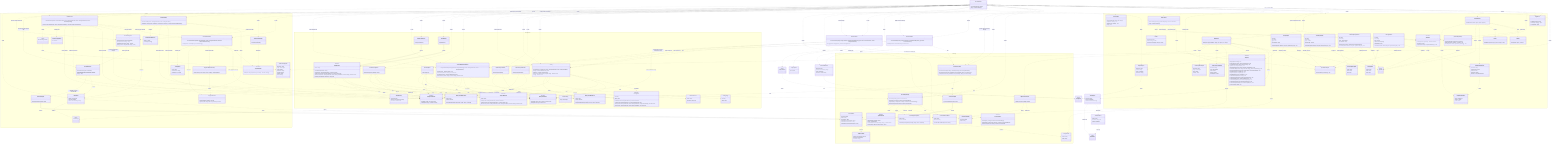
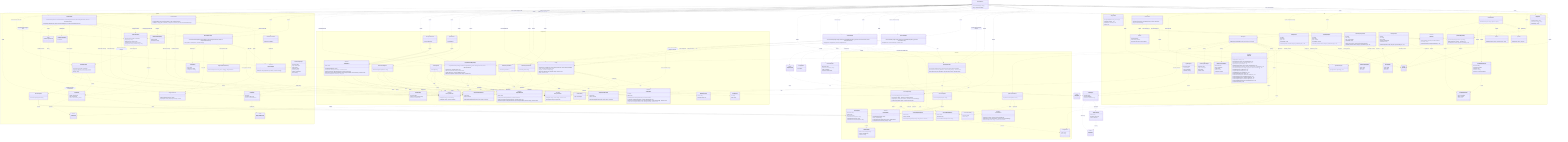
classDiagram
  direction TB

  class LicenseWizard {
    +LicenseWizard(args: string[])
    +run() Promise~Answer[]~
  }

  class LicenseInstaller {
    +LicenseInstaller(config: Config, manifests: ProjectManifestRepository, generator: LicenseGenerator)
    +install(selection: LicenseSelection) Promise~void~
  }

  class LicenseVerifier {
    +LicenseVerifier(config: Config, manifests: ProjectManifestRepository, generator: LicenseGenerator, reader: IFileSystemReader)
    +verify(options: VerifyOptions) Promise~VerifyOutcome~
  }

  class LicenseSelection {
    +licenseId: string
    +tokens: Record~string, string~
    +save: ConfigSave
    +headers?: HeaderConfig
  }

  class ConfigSave {
    <<union>>
  }

  class VerifyOptions {
    +fix: boolean
  }

  class VerifyOutcome {
    <<union>>
  }

  class VerifyReport {
    +licenseId: string
    +license: DriftStatus
    +manifests: ManifestCheck[]
  }

  class ManifestCheck {
    +name: string
    +declared: string | null
    +status: DriftStatus
  }

  class DriftStatus {
    <<union>>
  }

  namespace CLI {
    class FlagParser {
      +FlagParser(flags: object)
      +parse(args: string[]) object
      +formatHelp() string
    }

    class Orchestrator {
      +Orchestrator(repository: QuestionRepository, renderer: IRenderer)
      +run() Promise~Answer[]~
    }

    class IRenderer {
      <<interface>>
      +render(question: Question) Promise~Answer~
      +onCancel() string
      +complete(summary: CompletionSummary) void
    }

    class CompletionSummary {
      +licenseId: string
      +customized: boolean
      +savedTo: string
      +manifests: string[]
      +headers?: CompletionHeaders
    }

    class CompletionHeaders {
      +style: HeaderStyle
      +written: number
      +total: number
    }

    class ProgressBar {
      +ProgressBar(label: string, out?: object)
      +start(total: number) void
      +update(done: number) void
      +stop() void
    }

    class ClackRenderer {
      +ClackRenderer(meta: object, spinner: Spinner)
    }

    class IReporter {
      <<interface>>
      +usage(options: string) void
      +tokens(licenseId: string, slots: TemplateSlot[]) void
      +generated(licenseId: string, savedTo: string) void
      +dryRun(report: DryRunReport) void
      +missingFields(licenseId: string, missing: TemplateSlot[]) void
      +unknownFields(licenseId: string, unknown: string[], slots: TemplateSlot[]) void
      +licenseNotFound(licenseId: string, suggestions: LicenseIndexEntry[]) void
      +verifyMatch(report: VerifyReport) void
      +verifyFixed(report: VerifyReport) void
      +verifyMismatch(report: VerifyReport) void
      +headersNoFiles(licenseId: string) void
      +headersGenerated(report: HeaderGenerateReport) void
      +headersDryRun(report: HeaderDryRunReport) void
      +headersVerifyMatch(report: HeaderVerifyReport) void
      +headersVerifyFixed(report: HeaderVerifyReport) void
      +headersVerifyMismatch(report: HeaderVerifyReport) void
      +error(message: string) void
    }

    class HeaderGenerateReport {
      +licenseId: string
      +style: HeaderStyle
      +total: number
      +written: number
      +unchanged: number
    }

    class HeaderDryRunReport {
      +licenseId: string
      +style: HeaderStyle
      +files: string[]
      +sample: string
    }

    class DryRunReport {
      +licenseId: string
      +content: string
      +save: ConfigSave
      +manifests: string[]
    }

    class CliReporter {
      +CliReporter(programName: string, out?: object, err?: object)
    }

    class Banner {
      +buildBanner(meta: object, options: object) string
    }

    class Spinner {
      +start(handle: object) Function
    }

    class QuestionRepository {
      +QuestionRepository(questions: Question[])
      +getByIndex(index: number) Question | null
      +insertAt(index: number, questions: Question[]) void
    }

    class QuestionLifecycle {
      +inject(questions: Question[]) void
    }

    class Question {
      <<union>>
    }

    class TextQuestion {
      +id: string
      +text: string
      +type: "text"
      +defaultValue: string
      +onAnswer(answer: Answer, lifecycle: QuestionLifecycle) void
    }

    class ConfirmQuestion {
      +id: string
      +text: string
      +type: "confirm"
      +defaultValue: boolean
      +onAnswer(answer: Answer, lifecycle: QuestionLifecycle) void
    }

    class AutocompleteQuestion {
      +id: string
      +text: string
      +type: "autocomplete"
      +defaultValue: string
      +search(query: string) Promise~AutocompleteOption[]~
      +onAnswer(answer: Answer, lifecycle: QuestionLifecycle) void
    }

    class AutocompleteOption {
      +value: string
      +label: string
      +hint: string
    }

    class SelectQuestion {
      +id: string
      +text: string
      +type: "select"
      +options: SelectOption[]
      +defaultValue: string
      +onAnswer(answer: Answer, lifecycle: QuestionLifecycle) void
    }

    class SelectOption {
      +value: string
      +label: string
      +hint: string
    }

    class Answer {
      +questionId: string
      +value: string | boolean
      +fields: Record~string, string | boolean~
    }
  }

  namespace Licensing {
    class LicenseRepository {
      +LicenseRepository(source: ILicenseSource)
      +search(query: string) Promise~LicenseIndexEntry[]~
      +suggest(query: string, limit: number) Promise~LicenseIndexEntry[]~
      +getLicense(licenseId: string) Promise~LicenseDetail~
    }

    class LicenseRepositoryError {
      +name: string
      +cause: unknown
      +LicenseRepositoryError(message: string, cause?: unknown)
    }

    class LicenseNotFoundError {
      +name: string
      +licenseId: string
      +LicenseNotFoundError(licenseId: string)
    }

    class ILicenseSource {
      <<interface>>
      +search(query: string) Promise~LicenseIndexEntry[]~
      +suggest(query: string, limit: number) Promise~LicenseIndexEntry[]~
      +fetchLicense(licenseId: string) Promise~LicenseDetail~
    }

    class SpdxLicenseSource {
      +SpdxLicenseSource(ttlMs: number)
    }

    class LicenseIndexEntry {
      +licenseId: string
      +name: string
    }

    class LicenseDetail {
      +licenseId: string
      +name: string
      +licenseText: string
      +standardLicenseTemplate?: string
      +standardLicenseHeader?: string
      +standardLicenseHeaderTemplate?: string
    }

    class SpdxTemplate {
      <<abstract>>
      +SpdxTemplate(template: string)
      +slots() TemplateSlot[]
      +resolveSlots(entries: Map~string, string~) SlotResolution
      +render(values: Record~string, string~) string
    }

    class LicenseTemplate {
      +LicenseTemplate(template: string)
    }

    class TemplateSlot {
      +token: string
      +label: string
    }

    class SlotResolution {
      +values: Record~string, string~
      +missing: TemplateSlot[]
      +unknown: string[]
    }

    class LicenseGenerator {
      +LicenseGenerator(repository: LicenseRepository, writer: IFileSystemWriter)
      +generate(licenseId: string, slotValues?: Record~string, string~) Promise~void~
      +render(licenseId: string, slotValues?: Record~string, string~) Promise~string~
    }
  }

  namespace Configuration {
    class IFileSystemReader {
      <<interface>>
      +read(path: string) Promise~string~
      +exists(path: string) Promise~boolean~
    }

    class IFileSystemWriter {
      <<interface>>
      +write(path: string, content: string) Promise~void~
      +delete(path: string) Promise~void~
    }

    class NodeFileSystemReader {
      +NodeFileSystemReader()
    }

    class NodeFileSystemWriter {
      +NodeFileSystemWriter()
    }

    class FileSystemReaderError {
      +name: string
      +cause: unknown
      +FileSystemReaderError(message: string, cause?: unknown)
    }

    class FileSystemWriterError {
      +name: string
      +cause: unknown
      +FileSystemWriterError(message: string, cause?: unknown)
    }

    class WizardConfig {
      +licenseId: string
      +tokens?: Record~string, string~
      +headers?: HeaderConfig
    }

    class HeaderConfig {
      +style: HeaderStyle
    }

    class ConfigTarget {
      +id: string
      +label: string
    }

    class IConfigStore {
      <<interface>>
      +id: string
      +label: string
      +available(reader: IFileSystemReader) Promise~boolean~
      +read(reader: IFileSystemReader) Promise~WizardConfig | null~
      +write(reader: IFileSystemReader, writer: IFileSystemWriter, config: WizardConfig) Promise~void~
      +clear(reader: IFileSystemReader, writer: IFileSystemWriter) Promise~void~
    }

    class RcConfigStore {
      +RcConfigStore()
    }

    class ManifestConfigStore {
      +ManifestConfigStore(fileName: string)
    }

    class Config {
      +Config(stores: IConfigStore[], reader: IFileSystemReader, writer: IFileSystemWriter)
      +read() Promise~WizardConfig | null~
      +targets() Promise~ConfigTarget[]~
      +write(config: WizardConfig, targetId: string) Promise~void~
      +clear() Promise~void~
    }

    class IProjectManifest {
      <<interface>>
      +name: string
      +exists(reader: IFileSystemReader) Promise~boolean~
      +readLicense(reader: IFileSystemReader) Promise~string | null~
      +writeLicense(reader: IFileSystemReader, writer: IFileSystemWriter, licenseId: string) Promise~void~
    }

    class JsonManifest {
      <<abstract>>
      +JsonManifest(fileName: string)
      +name: string
      +exists(reader: IFileSystemReader) Promise~boolean~
      +readLicense(reader: IFileSystemReader) Promise~string | null~
      +writeLicense(reader: IFileSystemReader, writer: IFileSystemWriter, licenseId: string) Promise~void~
      #extractLicenseId(value: unknown)* string | null
    }

    class NpmManifest {
      +NpmManifest()
    }

    class ComposerManifest {
      +ComposerManifest()
    }

    class ProjectManifestRepository {
      +ProjectManifestRepository(manifests: IProjectManifest[], reader: IFileSystemReader, writer: IFileSystemWriter)
      +readLicense() Promise~string | null~
      +writeLicense(licenseId: string) Promise~void~
      +declaredLicenses() Promise~ManifestLicense[]~
      +writeLicenseTo(name: string, licenseId: string) Promise~void~
    }

    class ManifestLicense {
      +name: string
      +licenseId: string | null
    }
  }

  namespace Headers {
    class HeaderPlan {
      +detail: LicenseDetail
      +style: HeaderStyle
      +tokens: Record~string, string~
    }

    class HeaderStyle {
      <<union>>
    }

    class HeaderRenderer {
      +HeaderRenderer(plan: HeaderPlan)
      +supportsFull(detail: LicenseDetail)$ boolean
      +body() string
    }

    class HeaderTemplate {
      +HeaderTemplate(template: string)
    }

    class HeaderComposer {
      +HeaderComposer(plan: HeaderPlan)
+       +fingerprint() string
      +block(extension: string) string
      +hasManaged(content: string) boolean
      +apply(content: string, filePath: string) string
    }

    class SourceFileScanner {
      +SourceFileScanner(walker: IFileTreeWalker, reader: IFileSystemReader, matchers?: GitignoreMatcherFactory)
      +scan(options?: ScanOptions) Promise~string[]~
    }

    class ScanOptions {
      +root?: string
      +extensions?: string[]
      +extraIgnores?: string[]
    }

    class GitignoreMatcher {
      +GitignoreMatcher(patterns: string[])
      +ignores(path: string, isDirectory: boolean) boolean
    }

    class GitignoreMatcherFactory {
      +fromContent(content: string, extra?: string[]) GitignoreMatcher
    }

    class IFileTreeWalker {
      <<interface>>
      +walk(root: string, skipDirectory: Function) Promise~string[]~
    }

    class NodeFileTreeWalker {
      +NodeFileTreeWalker()
    }

    class HeaderInstaller {
      +HeaderInstaller(reader: IFileSystemReader, writer: IFileSystemWriter)
      +install(files: string[], plan: HeaderPlan, onProgress?: Function) Promise~HeaderInstallSummary~
    }

    class HeaderInstallSummary {
      +written: string[]
      +unchanged: string[]
    }

    class HeaderVerifier {
      +HeaderVerifier(scanner: SourceFileScanner, reader: IFileSystemReader, writer: IFileSystemWriter, licenses: LicenseRepository)
      +verify(config: WizardConfig, options: HeaderVerifyOptions) Promise~HeaderVerifyOutcome~
    }

    class HeaderVerifyOptions {
      +fix: boolean
    }

    class HeaderVerifyOutcome {
      <<union>>
    }

    class HeaderVerifyReport {
      +licenseId: string
      +style: HeaderStyle
      +total: number
      +matched: string[]
      +missing: string[]
-       +drifted: string[]
+       +drifted: HeaderDrift[]
      +fixed: string[]
+     }
+ 
+     class HeaderDrift {
+       +file: string
+       +declares: object | null
+       +reason: HeaderDriftReason
+     }
+ 
+     class HeaderDriftReason {
+       <<union>>
    }
  }

  TextQuestion ..|> Question : member of
  ConfirmQuestion ..|> Question : member of
  AutocompleteQuestion ..|> Question : member of
  SelectQuestion ..|> Question : member of
  TextQuestion ..> QuestionLifecycle : onAnswer receives
  ConfirmQuestion ..> QuestionLifecycle : onAnswer receives
  AutocompleteQuestion ..> QuestionLifecycle : onAnswer receives
  SelectQuestion ..> QuestionLifecycle : onAnswer receives
  SelectQuestion ..> SelectOption : offers
  Orchestrator ..> QuestionLifecycle : creates
  ClackRenderer ..|> IRenderer : implements
  ClackRenderer ..> Spinner : uses
  ClackRenderer ..> Banner : renders
  IRenderer ..> CompletionSummary : renders
  ClackRenderer ..> CompletionSummary : renders
  CliReporter ..|> IReporter : implements
  CliReporter ..> TemplateSlot : renders
  CliReporter ..> VerifyReport : renders
  CliReporter ..> DryRunReport : renders
  LicenseWizard ..> FlagParser : uses
  LicenseWizard ..> FlagParser : reads defaults from
  LicenseWizard ..> QuestionRepository : creates
  LicenseWizard ..> ClackRenderer : creates
  LicenseWizard ..> CliReporter : creates
  LicenseWizard ..> IRenderer : reports completion through
  LicenseWizard ..> IReporter : reports through
  LicenseWizard ..> Orchestrator : creates
  LicenseWizard ..> SpdxLicenseSource : creates
  LicenseWizard ..> LicenseRepository : creates
  LicenseWizard ..> LicenseGenerator : creates
  LicenseWizard ..> LicenseGenerator : renders dry-run preview through
  LicenseWizard ..> LicenseInstaller : creates
  LicenseWizard ..> LicenseInstaller : applies selection through
  LicenseWizard ..> LicenseSelection : builds
  LicenseWizard ..> DryRunReport : builds
  LicenseWizard ..> LicenseVerifier : creates
  LicenseWizard ..> LicenseVerifier : verifies through
  LicenseInstaller ..> Config : uses
  LicenseInstaller ..> ProjectManifestRepository : writes selection to
  LicenseInstaller ..> LicenseGenerator : uses
  LicenseInstaller ..> LicenseSelection : applies
  LicenseVerifier ..> Config : reads config from
  LicenseVerifier ..> ProjectManifestRepository : checks and reconciles manifests through
  LicenseVerifier ..> LicenseGenerator : re-renders and rewrites with
  LicenseVerifier ..> IFileSystemReader : reads LICENSE through
  LicenseVerifier ..> VerifyOptions : configured by
  LicenseVerifier ..> VerifyOutcome : returns
  VerifyOutcome ..> VerifyReport : carries
  VerifyReport ..> ManifestCheck : aggregates
  VerifyReport ..> DriftStatus : statuses by
  ManifestCheck ..> DriftStatus : status by
  ProjectManifestRepository ..> ManifestLicense : produces
  LicenseSelection ..> ConfigSave : has
  DryRunReport ..> ConfigSave : carries
  Orchestrator ..> QuestionRepository : gets questions from
  Orchestrator ..> IRenderer : feeds questions to
  ClackRenderer ..> Question : renders
  QuestionRepository ..> Question : produces
  AutocompleteQuestion ..> AutocompleteOption : search produces
  Orchestrator ..> Answer : collects
  SpdxLicenseSource ..|> ILicenseSource : implements
  LicenseRepository ..> ILicenseSource : uses
  LicenseRepository ..> LicenseIndexEntry : produces
  LicenseRepository ..> LicenseDetail : produces
  LicenseRepository ..> LicenseRepositoryError : throws
  LicenseRepository ..> LicenseNotFoundError : throws
  SpdxLicenseSource ..> LicenseNotFoundError : throws
  LicenseWizard ..> LicenseNotFoundError : handles
  CliReporter ..> LicenseIndexEntry : renders
  LicenseGenerator ..> LicenseRepository : uses
  LicenseGenerator ..> IFileSystemWriter : uses
  LicenseGenerator ..> LicenseTemplate : uses
  LicenseTemplate --|> SpdxTemplate : extends
  HeaderTemplate --|> SpdxTemplate : extends
  SpdxTemplate ..> TemplateSlot : produces
  SpdxTemplate ..> SlotResolution : produces
  LicenseWizard ..> LicenseTemplate : creates
  NodeFileSystemReader ..|> IFileSystemReader : implements
  NodeFileSystemWriter ..|> IFileSystemWriter : implements
  NodeFileSystemReader ..> FileSystemReaderError : throws
  NodeFileSystemWriter ..> FileSystemWriterError : throws
  Config ..> IConfigStore : coordinates
  Config ..> IFileSystemReader : uses
  Config ..> IFileSystemWriter : uses
  Config ..> WizardConfig : produces
  Config ..> ConfigTarget : produces
  Config ..> FileSystemWriterError : throws
  RcConfigStore ..|> IConfigStore : implements
  ManifestConfigStore ..|> IConfigStore : implements
  RcConfigStore ..> IFileSystemReader : uses
  RcConfigStore ..> IFileSystemWriter : uses
  RcConfigStore ..> FileSystemReaderError : throws
  RcConfigStore ..> FileSystemWriterError : throws
  ManifestConfigStore ..> IFileSystemReader : uses
  ManifestConfigStore ..> IFileSystemWriter : uses
  ManifestConfigStore ..> FileSystemReaderError : throws
  ManifestConfigStore ..> FileSystemWriterError : throws
  JsonManifest ..|> IProjectManifest : implements
  NpmManifest --|> JsonManifest : extends
  ComposerManifest --|> JsonManifest : extends
  JsonManifest ..> IFileSystemReader : uses
  JsonManifest ..> IFileSystemWriter : uses
  JsonManifest ..> FileSystemReaderError : throws
  JsonManifest ..> FileSystemWriterError : throws
  ProjectManifestRepository ..> IProjectManifest : coordinates
  ProjectManifestRepository ..> IFileSystemReader : uses
  ProjectManifestRepository ..> IFileSystemWriter : uses
  LicenseWizard ..> NodeFileSystemReader : creates
  LicenseWizard ..> NodeFileSystemWriter : creates
  LicenseWizard ..> Config : creates
  LicenseWizard ..> Config : reads defaults from
  LicenseWizard ..> RcConfigStore : creates
  LicenseWizard ..> ManifestConfigStore : creates
  LicenseWizard ..> NpmManifest : creates
  LicenseWizard ..> ComposerManifest : creates
  LicenseWizard ..> ProjectManifestRepository : creates
  LicenseWizard ..> ProjectManifestRepository : reads defaults from
  LicenseWizard ..> SourceFileScanner : creates
  LicenseWizard ..> NodeFileTreeWalker : creates
  LicenseWizard ..> HeaderInstaller : creates
  LicenseWizard ..> HeaderInstaller : writes headers through
  LicenseWizard ..> HeaderVerifier : creates
  LicenseWizard ..> HeaderVerifier : verifies headers through
  LicenseWizard ..> HeaderRenderer : checks full-header support with
  LicenseWizard ..> HeaderComposer : previews header block with
  LicenseWizard ..> ProgressBar : drives header progress with
  LicenseWizard ..> HeaderPlan : builds
  CliReporter ..> HeaderGenerateReport : renders
  CliReporter ..> HeaderDryRunReport : renders
  CliReporter ..> HeaderVerifyReport : renders
+   CliReporter ..> HeaderDrift : describes drift from
  HeaderConfig ..> HeaderStyle : style by
  HeaderPlan ..> LicenseDetail : carries
  HeaderPlan ..> HeaderStyle : styled by
  HeaderRenderer ..> HeaderPlan : renders
  HeaderRenderer ..> HeaderTemplate : substitutes header template with
  HeaderComposer ..> HeaderPlan : composes
  HeaderComposer ..> HeaderRenderer : renders body with
  HeaderInstaller ..> HeaderComposer : applies header with
  HeaderInstaller ..> HeaderPlan : applies
  HeaderInstaller ..> IFileSystemReader : reads files through
  HeaderInstaller ..> IFileSystemWriter : writes files through
  HeaderInstaller ..> HeaderInstallSummary : produces
  HeaderVerifier ..> SourceFileScanner : rediscovers files through
  HeaderVerifier ..> HeaderComposer : compares against
  HeaderVerifier ..> LicenseRepository : fetches header detail through
  HeaderVerifier ..> IFileSystemReader : reads files through
  HeaderVerifier ..> IFileSystemWriter : rewrites files through
  HeaderVerifier ..> WizardConfig : verifies against
  HeaderVerifier ..> HeaderVerifyOptions : configured by
  HeaderVerifier ..> HeaderVerifyOutcome : returns
  HeaderVerifyOutcome ..> HeaderVerifyReport : carries
+   HeaderVerifyReport ..> HeaderDrift : details drift by
+   HeaderDrift ..> HeaderDriftReason : explained by
+   HeaderVerifier ..> HeaderDrift : classifies drift into
  SourceFileScanner ..> IFileTreeWalker : walks with
  SourceFileScanner ..> IFileSystemReader : reads .gitignore through
  SourceFileScanner ..> GitignoreMatcherFactory : builds matchers with
  SourceFileScanner ..> GitignoreMatcher : filters with
  SourceFileScanner ..> ScanOptions : configured by
  GitignoreMatcherFactory ..> GitignoreMatcher : creates
  NodeFileTreeWalker ..|> IFileTreeWalker : implements
  ClackRenderer ..> CompletionHeaders : renders
  CompletionSummary ..> CompletionHeaders : carries
